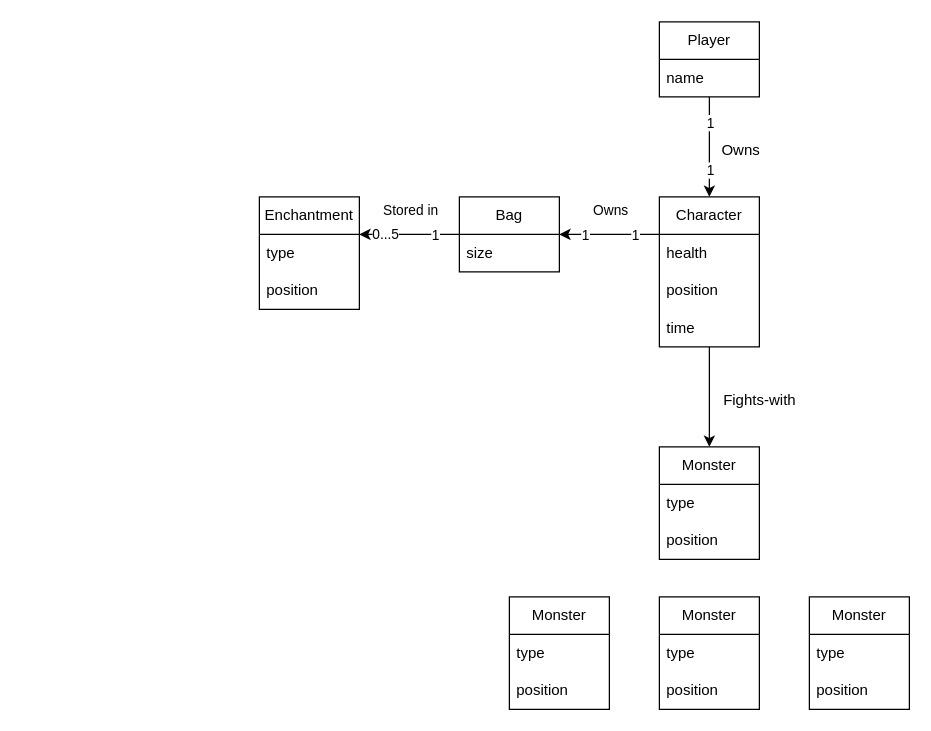
Earlier version of the draw.io diagram page "Detailed Domain Objects" (2 of 2) of domain_model.drawio (zeynepyorulmaz/Rogue-Like). Source tidied: cells renumbered, new cells numbered last; positions are measured from the earlier drawing's top-left corner, leaving out a move shared by most shapes. Both pictures are drawn from the tidied source at 125%, with x=0, y=0 at pixel (259, 21).
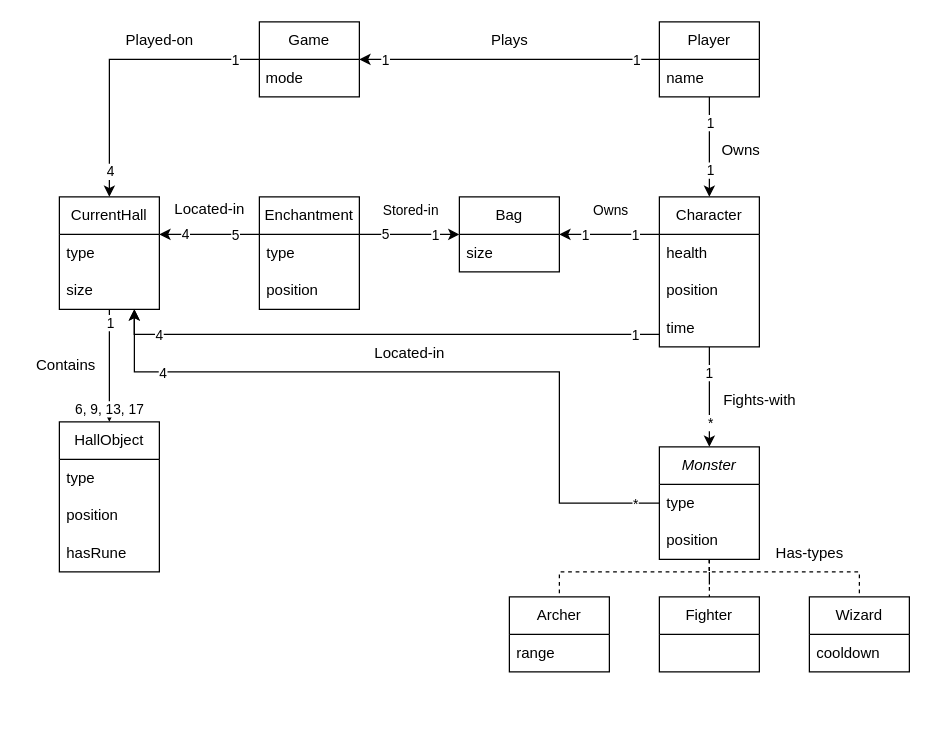
The same diagram, later.

Commit message:
Game, hall, monster type models

The change refers to these unchanged cells:
```xml
<mxCell id="6" style="edgeStyle=orthogonalEdgeStyle;rounded=0;jettySize=auto;html=1;entryX=0.5;entryY=0;entryDx=0;entryDy=0;" parent="1" edge="1" source="7" target="26">
  <mxGeometry relative="1" as="geometry" />
</mxCell>
<mxCell id="7" value="&lt;span style=&quot;font-weight: normal;&quot;&gt;Character&lt;/span&gt;" style="swimlane;fontStyle=1;horizontal=1;startSize=30;whiteSpace=wrap;html=1;" parent="1" vertex="1">
  <mxGeometry x="320" y="140" width="80" height="120" as="geometry" />
</mxCell>
<mxCell id="12" value="type" style="text;strokeColor=none;fillColor=none;align=left;verticalAlign=middle;spacingLeft=4;spacingRight=4;overflow=hidden;points=[[0,0.5],[1,0.5]];portConstraint=eastwest;whiteSpace=wrap;html=1;" parent="11" vertex="1">
  <mxGeometry y="30" width="80" height="30" as="geometry" />
</mxCell>
<mxCell id="17" value="Bag" style="swimlane;fontStyle=0;horizontal=1;startSize=30;whiteSpace=wrap;html=1;" parent="1" vertex="1">
  <mxGeometry x="160" y="140" width="80" height="60" as="geometry" />
</mxCell>
<mxCell id="24" value="name" style="text;strokeColor=none;fillColor=none;align=left;verticalAlign=middle;spacingLeft=4;spacingRight=4;overflow=hidden;points=[[0,0.5],[1,0.5]];portConstraint=eastwest;whiteSpace=wrap;html=1;" parent="23" vertex="1">
  <mxGeometry y="30" width="80" height="30" as="geometry" />
</mxCell>
<mxCell id="27" value="type" style="text;strokeColor=none;fillColor=none;align=left;verticalAlign=middle;spacingLeft=4;spacingRight=4;overflow=hidden;points=[[0,0.5],[1,0.5]];portConstraint=eastwest;whiteSpace=wrap;html=1;" parent="26" vertex="1">
  <mxGeometry y="30" width="80" height="30" as="geometry" />
</mxCell>
```

What changed in the source:
```diff
@@
+    <mxCell id="39" value="1" style="edgeLabel;html=1;align=center;verticalAlign=middle;" parent="6" vertex="1">
+      <mxGeometry x="-0.77" y="-1" relative="1" as="geometry">
+        <mxPoint y="11" as="offset" />
+      </mxGeometry>
+    </mxCell>
+    <mxCell id="40" value="*" style="edgeLabel;html=1;align=center;verticalAlign=middle;" parent="6" vertex="1">
+      <mxGeometry x="0.73" relative="1" as="geometry">
+        <mxPoint y="-9" as="offset" />
+      </mxGeometry>
+    </mxCell>
@@
-    <mxCell id="14" style="edgeStyle=orthogonalEdgeStyle;rounded=0;jettySize=auto;html=1;" parent="1" edge="1" source="17" target="12">
+    <mxCell id="14" style="edgeStyle=orthogonalEdgeStyle;rounded=0;jettySize=auto;html=1;endArrow=none;endFill=0;startArrow=classic;startFill=1;" parent="1" edge="1" source="17" target="12">
       <mxGeometry relative="1" as="geometry">
         <Array as="points">
           <mxPoint x="140" y="170" />
           <mxPoint x="140" y="170" />
         </Array>
       </mxGeometry>
     </mxCell>
@@
-    <mxCell id="16" value="0...5" style="edgeLabel;html=1;align=center;verticalAlign=middle;" parent="14" vertex="1">
+    <mxCell id="16" value="5" style="edgeLabel;html=1;align=center;verticalAlign=middle;" parent="14" vertex="1">
       <mxGeometry x="0.5" y="-1" relative="1" as="geometry" />
     </mxCell>
@@
-    <mxCell id="19" value="Stored in" style="edgeLabel;html=1;align=center;verticalAlign=middle;" parent="1" vertex="1">
+    <mxCell id="19" value="Stored-in" style="edgeLabel;html=1;align=center;verticalAlign=middle;" parent="1" vertex="1">
       <mxGeometry x="120" y="150" as="geometry" />
     </mxCell>
@@
+    <mxCell id="41" style="edgeStyle=orthogonalEdgeStyle;rounded=0;jettySize=auto;html=1;entryX=0.5;entryY=0;entryDx=0;entryDy=0;endArrow=none;endFill=0;dashed=1;" parent="1" edge="1" source="26" target="33">
+      <mxGeometry relative="1" as="geometry" />
+    </mxCell>
+    <mxCell id="42" style="edgeStyle=orthogonalEdgeStyle;rounded=0;jettySize=auto;html=1;entryX=0.5;entryY=0;entryDx=0;entryDy=0;endArrow=none;endFill=0;dashed=1;" parent="1" edge="1" source="26" target="30">
+      <mxGeometry relative="1" as="geometry">
+        <Array as="points">
+          <mxPoint x="360" y="440" />
+          <mxPoint x="240" y="440" />
+        </Array>
+      </mxGeometry>
+    </mxCell>
+    <mxCell id="43" style="edgeStyle=orthogonalEdgeStyle;rounded=0;jettySize=auto;html=1;endArrow=none;endFill=0;dashed=1;" parent="1" edge="1" source="26" target="36">
+      <mxGeometry relative="1" as="geometry">
+        <Array as="points">
+          <mxPoint x="360" y="440" />
+          <mxPoint x="480" y="440" />
+        </Array>
+      </mxGeometry>
+    </mxCell>
-    <mxCell id="26" value="Monster" style="swimlane;fontStyle=0;horizontal=1;startSize=30;whiteSpace=wrap;html=1;" parent="1" vertex="1">
+    <mxCell id="26" value="&lt;i&gt;Monster&lt;/i&gt;" style="swimlane;fontStyle=0;horizontal=1;startSize=30;whiteSpace=wrap;html=1;" parent="1" vertex="1">
       <mxGeometry x="320" y="340" width="80" height="90" as="geometry" />
     </mxCell>
+    <mxCell id="44" style="edgeStyle=orthogonalEdgeStyle;rounded=0;jettySize=auto;html=1;" parent="26" edge="1" source="27">
+      <mxGeometry relative="1" as="geometry">
+        <mxPoint x="-420" y="-110" as="targetPoint" />
+        <Array as="points">
+          <mxPoint x="-80" y="45" />
+          <mxPoint x="-80" y="-60" />
+          <mxPoint x="-420" y="-60" />
+        </Array>
+      </mxGeometry>
+    </mxCell>
+    <mxCell id="45" value="4" style="edgeLabel;html=1;align=center;verticalAlign=middle;" parent="44" vertex="1">
+      <mxGeometry x="0.75" relative="1" as="geometry" />
+    </mxCell>
+    <mxCell id="46" value="*" style="edgeLabel;html=1;align=center;verticalAlign=middle;" parent="44" vertex="1">
+      <mxGeometry x="-0.93" relative="1" as="geometry" />
+    </mxCell>
@@
-    <mxCell id="30" value="Monster" style="swimlane;fontStyle=0;horizontal=1;startSize=30;whiteSpace=wrap;html=1;" parent="1" vertex="1">
-      <mxGeometry x="200" y="460" width="80" height="90" as="geometry" />
+    <mxCell id="30" value="Archer" style="swimlane;fontStyle=0;horizontal=1;startSize=30;whiteSpace=wrap;html=1;" parent="1" vertex="1">
+      <mxGeometry x="200" y="460" width="80" height="60" as="geometry" />
     </mxCell>
-    <mxCell id="31" value="type" style="text;strokeColor=none;fillColor=none;align=left;verticalAlign=middle;spacingLeft=4;spacingRight=4;overflow=hidden;whiteSpace=wrap;html=1;" parent="30" vertex="1">
+    <mxCell id="31" value="range" style="text;strokeColor=none;fillColor=none;align=left;verticalAlign=middle;spacingLeft=4;spacingRight=4;overflow=hidden;whiteSpace=wrap;html=1;" parent="30" vertex="1">
       <mxGeometry y="30" width="80" height="30" as="geometry" />
     </mxCell>
-    <mxCell id="32" value="position" style="text;strokeColor=none;fillColor=none;align=left;verticalAlign=middle;spacingLeft=4;spacingRight=4;overflow=hidden;whiteSpace=wrap;html=1;" parent="30" vertex="1">
-      <mxGeometry y="60" width="80" height="30" as="geometry" />
-    </mxCell>
-    <mxCell id="33" value="Monster" style="swimlane;fontStyle=0;horizontal=1;startSize=30;whiteSpace=wrap;html=1;" parent="1" vertex="1">
-      <mxGeometry x="320" y="460" width="80" height="90" as="geometry" />
+    <mxCell id="33" value="Fighter" style="swimlane;fontStyle=0;horizontal=1;startSize=30;whiteSpace=wrap;html=1;" parent="1" vertex="1">
+      <mxGeometry x="320" y="460" width="80" height="60" as="geometry" />
     </mxCell>
-    <mxCell id="34" value="type" style="text;strokeColor=none;fillColor=none;align=left;verticalAlign=middle;spacingLeft=4;spacingRight=4;overflow=hidden;whiteSpace=wrap;html=1;" parent="33" vertex="1">
-      <mxGeometry y="30" width="80" height="30" as="geometry" />
-    </mxCell>
-    <mxCell id="35" value="position" style="text;strokeColor=none;fillColor=none;align=left;verticalAlign=middle;spacingLeft=4;spacingRight=4;overflow=hidden;whiteSpace=wrap;html=1;" parent="33" vertex="1">
-      <mxGeometry y="60" width="80" height="30" as="geometry" />
-    </mxCell>
-    <mxCell id="36" value="Monster" style="swimlane;fontStyle=0;horizontal=1;startSize=30;whiteSpace=wrap;html=1;" parent="1" vertex="1">
-      <mxGeometry x="440" y="460" width="80" height="90" as="geometry" />
+    <mxCell id="36" value="Wizard" style="swimlane;fontStyle=0;horizontal=1;startSize=30;whiteSpace=wrap;html=1;" parent="1" vertex="1">
+      <mxGeometry x="440" y="460" width="80" height="60" as="geometry" />
     </mxCell>
-    <mxCell id="37" value="type" style="text;strokeColor=none;fillColor=none;align=left;verticalAlign=middle;spacingLeft=4;spacingRight=4;overflow=hidden;whiteSpace=wrap;html=1;" parent="36" vertex="1">
-      <mxGeometry y="30" width="80" height="30" as="geometry" />
-    </mxCell>
-    <mxCell id="38" value="position" style="text;strokeColor=none;fillColor=none;align=left;verticalAlign=middle;spacingLeft=4;spacingRight=4;overflow=hidden;whiteSpace=wrap;html=1;" parent="36" vertex="1">
-      <mxGeometry y="60" width="80" height="30" as="geometry" />
+    <mxCell id="38" value="cooldown" style="text;strokeColor=none;fillColor=none;align=left;verticalAlign=middle;spacingLeft=4;spacingRight=4;overflow=hidden;whiteSpace=wrap;html=1;" parent="36" vertex="1">
+      <mxGeometry y="30" width="80" height="30" as="geometry" />
     </mxCell>
+    <mxCell id="47" value="Has-types" style="text;html=1;align=center;verticalAlign=middle;strokeColor=none;fillColor=none;" parent="1" vertex="1">
+      <mxGeometry x="400" y="410" width="80" height="30" as="geometry" />
+    </mxCell>
+    <mxCell id="48" value="&lt;span style=&quot;font-weight: 400;&quot;&gt;Game&lt;/span&gt;" style="swimlane;fontStyle=1;horizontal=1;startSize=30;whiteSpace=wrap;html=1;" parent="1" vertex="1">
+      <mxGeometry width="80" height="60" as="geometry" />
+    </mxCell>
+    <mxCell id="49" value="&amp;nbsp;mode" style="text;html=1;align=left;verticalAlign=middle;strokeColor=none;fillColor=none;" parent="48" vertex="1">
+      <mxGeometry y="30" width="80" height="30" as="geometry" />
+    </mxCell>
+    <mxCell id="50" style="edgeStyle=orthogonalEdgeStyle;rounded=0;jettySize=auto;html=1;" parent="1" edge="1" source="24">
+      <mxGeometry relative="1" as="geometry">
+        <mxPoint x="80" y="30" as="targetPoint" />
+        <Array as="points">
+          <mxPoint x="80" y="30" />
+        </Array>
+      </mxGeometry>
+    </mxCell>
+    <mxCell id="51" value="1" style="edgeLabel;html=1;align=center;verticalAlign=middle;" parent="50" vertex="1">
+      <mxGeometry x="-0.84" relative="1" as="geometry" />
+    </mxCell>
+    <mxCell id="52" value="1" style="edgeLabel;html=1;align=center;verticalAlign=middle;" parent="50" vertex="1">
+      <mxGeometry x="0.83" relative="1" as="geometry" />
+    </mxCell>
+    <mxCell id="53" value="Plays" style="text;html=1;align=center;verticalAlign=middle;strokeColor=none;fillColor=none;" parent="1" vertex="1">
+      <mxGeometry x="175" width="50" height="30" as="geometry" />
+    </mxCell>
+    <mxCell id="54" style="edgeStyle=orthogonalEdgeStyle;rounded=0;jettySize=auto;html=1;entryX=0.5;entryY=0;entryDx=0;entryDy=0;" parent="1" edge="1" source="57" target="71">
+      <mxGeometry relative="1" as="geometry" />
+    </mxCell>
+    <mxCell id="55" value="1" style="edgeLabel;html=1;align=center;verticalAlign=middle;" parent="54" vertex="1">
+      <mxGeometry x="-0.77" relative="1" as="geometry" />
+    </mxCell>
+    <mxCell id="56" value="6, 9, 13, 17" style="edgeLabel;html=1;align=center;verticalAlign=middle;" parent="54" vertex="1">
+      <mxGeometry x="0.76" y="-1" relative="1" as="geometry" />
+    </mxCell>
+    <mxCell id="57" value="&lt;span style=&quot;font-weight: normal;&quot;&gt;CurrentHall&lt;/span&gt;" style="swimlane;fontStyle=1;horizontal=1;startSize=30;whiteSpace=wrap;html=1;" parent="1" vertex="1">
+      <mxGeometry x="-160" y="140" width="80" height="90" as="geometry" />
+    </mxCell>
+    <mxCell id="58" value="type" style="text;strokeColor=none;fillColor=none;align=left;verticalAlign=middle;spacingLeft=4;spacingRight=4;overflow=hidden;whiteSpace=wrap;html=1;" parent="57" vertex="1">
+      <mxGeometry y="30" width="80" height="30" as="geometry" />
+    </mxCell>
+    <mxCell id="59" value="size" style="text;strokeColor=none;fillColor=none;align=left;verticalAlign=middle;spacingLeft=4;spacingRight=4;overflow=hidden;points=[[0,0.5],[1,0.5]];portConstraint=eastwest;whiteSpace=wrap;html=1;" parent="57" vertex="1">
+      <mxGeometry y="60" width="80" height="30" as="geometry" />
+    </mxCell>
+    <mxCell id="60" style="edgeStyle=orthogonalEdgeStyle;rounded=0;jettySize=auto;html=1;" parent="1" edge="1" source="12">
+      <mxGeometry relative="1" as="geometry">
+        <mxPoint x="-80" y="170" as="targetPoint" />
+        <Array as="points">
+          <mxPoint x="-80" y="170" />
+        </Array>
+      </mxGeometry>
+    </mxCell>
+    <mxCell id="61" value="5" style="edgeLabel;html=1;align=center;verticalAlign=middle;" parent="60" vertex="1">
+      <mxGeometry x="-0.75" relative="1" as="geometry">
+        <mxPoint x="-10" as="offset" />
+      </mxGeometry>
+    </mxCell>
+    <mxCell id="62" value="4" style="edgeLabel;html=1;align=center;verticalAlign=middle;" parent="60" vertex="1">
+      <mxGeometry x="0.51" y="-1" relative="1" as="geometry" />
+    </mxCell>
+    <mxCell id="63" style="edgeStyle=orthogonalEdgeStyle;rounded=0;jettySize=auto;html=1;entryX=0.5;entryY=0;entryDx=0;entryDy=0;" parent="1" edge="1" target="57">
+      <mxGeometry relative="1" as="geometry">
+        <mxPoint y="30" as="sourcePoint" />
+        <Array as="points">
+          <mxPoint x="-120" y="30" />
+        </Array>
+      </mxGeometry>
+    </mxCell>
+    <mxCell id="64" value="1" style="edgeLabel;html=1;align=center;verticalAlign=middle;" parent="63" vertex="1">
+      <mxGeometry x="-0.83" relative="1" as="geometry" />
+    </mxCell>
+    <mxCell id="65" value="4" style="edgeLabel;html=1;align=center;verticalAlign=middle;" parent="63" vertex="1">
+      <mxGeometry x="0.82" relative="1" as="geometry" />
+    </mxCell>
+    <mxCell id="66" value="Located-in" style="text;html=1;align=center;verticalAlign=middle;strokeColor=none;fillColor=none;" parent="1" vertex="1">
+      <mxGeometry x="-80" y="135" width="80" height="30" as="geometry" />
+    </mxCell>
+    <mxCell id="67" value="Played-on" style="text;html=1;align=center;verticalAlign=middle;strokeColor=none;fillColor=none;" parent="1" vertex="1">
+      <mxGeometry x="-120" width="80" height="30" as="geometry" />
+    </mxCell>
+    <mxCell id="68" style="edgeStyle=orthogonalEdgeStyle;rounded=0;jettySize=auto;html=1;entryX=0.749;entryY=0.995;entryDx=0;entryDy=0;entryPerimeter=0;" parent="1" edge="1" source="7" target="59">
+      <mxGeometry relative="1" as="geometry">
+        <Array as="points">
+          <mxPoint x="-100" y="250" />
+        </Array>
+      </mxGeometry>
+    </mxCell>
+    <mxCell id="69" value="1" style="edgeLabel;html=1;align=center;verticalAlign=middle;" parent="68" vertex="1">
+      <mxGeometry x="-0.91" relative="1" as="geometry" />
+    </mxCell>
+    <mxCell id="70" value="4" style="edgeLabel;html=1;align=center;verticalAlign=middle;" parent="68" vertex="1">
+      <mxGeometry x="0.82" relative="1" as="geometry" />
+    </mxCell>
+    <mxCell id="71" value="&lt;span style=&quot;font-weight: 400;&quot;&gt;HallObject&lt;/span&gt;" style="swimlane;fontStyle=1;horizontal=1;startSize=30;whiteSpace=wrap;html=1;" parent="1" vertex="1">
+      <mxGeometry x="-160" y="320" width="80" height="120" as="geometry" />
+    </mxCell>
+    <mxCell id="72" value="type" style="text;strokeColor=none;fillColor=none;align=left;verticalAlign=middle;spacingLeft=4;spacingRight=4;overflow=hidden;whiteSpace=wrap;html=1;" parent="71" vertex="1">
+      <mxGeometry y="30" width="80" height="30" as="geometry" />
+    </mxCell>
+    <mxCell id="73" value="position" style="text;strokeColor=none;fillColor=none;align=left;verticalAlign=middle;spacingLeft=4;spacingRight=4;overflow=hidden;whiteSpace=wrap;html=1;" parent="71" vertex="1">
+      <mxGeometry y="60" width="80" height="30" as="geometry" />
+    </mxCell>
+    <mxCell id="74" value="hasRune" style="text;strokeColor=none;fillColor=none;align=left;verticalAlign=middle;spacingLeft=4;spacingRight=4;overflow=hidden;whiteSpace=wrap;html=1;" parent="71" vertex="1">
+      <mxGeometry y="90" width="80" height="30" as="geometry" />
+    </mxCell>
+    <mxCell id="75" value="Contains" style="text;html=1;align=center;verticalAlign=middle;strokeColor=none;fillColor=none;" parent="1" vertex="1">
+      <mxGeometry x="-190" y="260" width="70" height="30" as="geometry" />
+    </mxCell>
+    <mxCell id="76" value="Located-in" style="text;html=1;align=center;verticalAlign=middle;strokeColor=none;fillColor=none;" parent="1" vertex="1">
+      <mxGeometry x="80" y="250" width="80" height="30" as="geometry" />
+    </mxCell>
```
